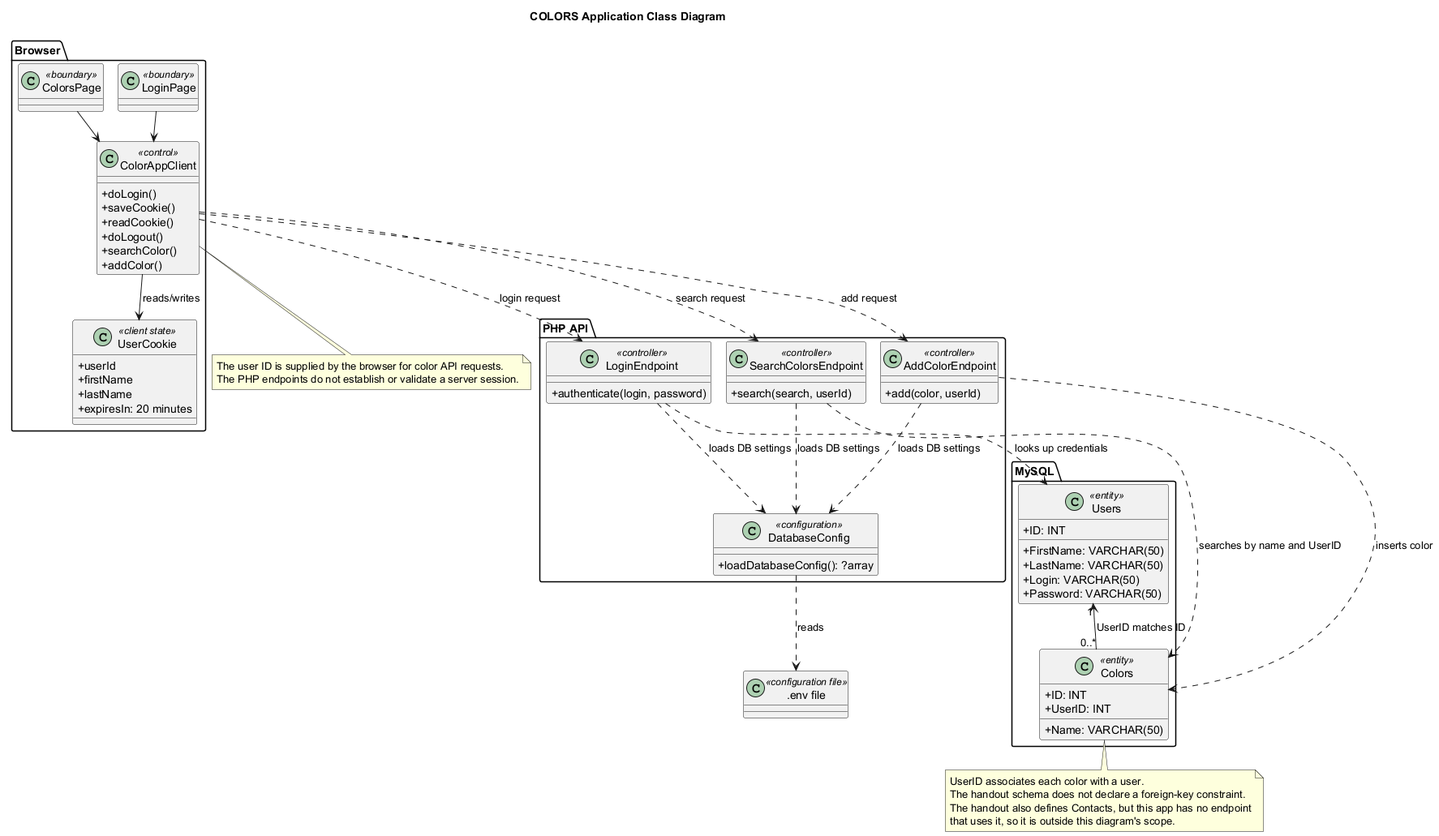
MelindaM4y/POOSD-COLORS-Lab keeps this PlantUML diagram as docs/uml/class.png. Above is the earlier version.
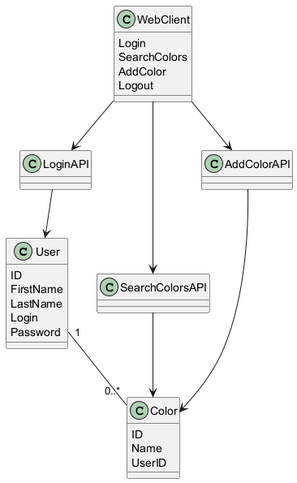
Above is the later version.

What changed in the source:
```diff
@@ -1,87 +1,34 @@
 @startuml
-!pragma layout smetana
-title COLORS Application Class Diagram
-skinparam classAttributeIconSize 0
-
-package "Browser" {
-  class LoginPage <<boundary>>
-  class ColorsPage <<boundary>>
-
-  class ColorAppClient <<control>> {
-    +doLogin()
-    +saveCookie()
-    +readCookie()
-    +doLogout()
-    +searchColor()
-    +addColor()
-  }
-
-  class UserCookie <<client state>> {
-    +userId
-    +firstName
-    +lastName
-    +expiresIn: 20 minutes
-  }
+class User {
+  ID
+  FirstName
+  LastName
+  Login
+  Password
 }
 
-package "PHP API" {
-  class DatabaseConfig <<configuration>> {
-    +loadDatabaseConfig(): ?array
-  }
-
-  class LoginEndpoint <<controller>> {
-    +authenticate(login, password)
-  }
-  class SearchColorsEndpoint <<controller>> {
-    +search(search, userId)
-  }
-  class AddColorEndpoint <<controller>> {
-    +add(color, userId)
-  }
+class Color {
+  ID
+  Name
+  UserID
 }
 
-package "MySQL" {
-  class Users <<entity>> {
-    +ID: INT
-    +FirstName: VARCHAR(50)
-    +LastName: VARCHAR(50)
-    +Login: VARCHAR(50)
-    +Password: VARCHAR(50)
-  }
-
-  class Colors <<entity>> {
-    +ID: INT
-    +Name: VARCHAR(50)
-    +UserID: INT
-  }
+class WebClient {
+  Login
+  SearchColors
+  AddColor
+  Logout
 }
 
-class ".env file" as EnvFile <<configuration file>>
+class LoginAPI
+class SearchColorsAPI
+class AddColorAPI
 
-LoginPage --> ColorAppClient
-ColorsPage --> ColorAppClient
-ColorAppClient --> UserCookie : reads/writes
-ColorAppClient ..> LoginEndpoint : login request
-ColorAppClient ..> SearchColorsEndpoint : search request
-ColorAppClient ..> AddColorEndpoint : add request
-LoginEndpoint ..> Users : looks up credentials
-SearchColorsEndpoint ..> Colors : searches by name and UserID
-AddColorEndpoint ..> Colors : inserts color
-LoginEndpoint ..> DatabaseConfig : loads DB settings
-SearchColorsEndpoint ..> DatabaseConfig : loads DB settings
-AddColorEndpoint ..> DatabaseConfig : loads DB settings
-DatabaseConfig ..> EnvFile : reads
-Users "1" <-- "0..*" Colors : UserID matches ID
-
-note bottom of ColorAppClient
-The user ID is supplied by the browser for color API requests.
-The PHP endpoints do not establish or validate a server session.
-end note
-
-note bottom of Colors
-UserID associates each color with a user.
-The handout schema does not declare a foreign-key constraint.
-The handout also defines Contacts, but this app has no endpoint
-that uses it, so it is outside this diagram's scope.
-end note
+WebClient --> LoginAPI
+WebClient --> SearchColorsAPI
+WebClient --> AddColorAPI
+LoginAPI --> User
+SearchColorsAPI --> Color
+AddColorAPI --> Color
+User "1" -- "0..*" Color
 @enduml
```
